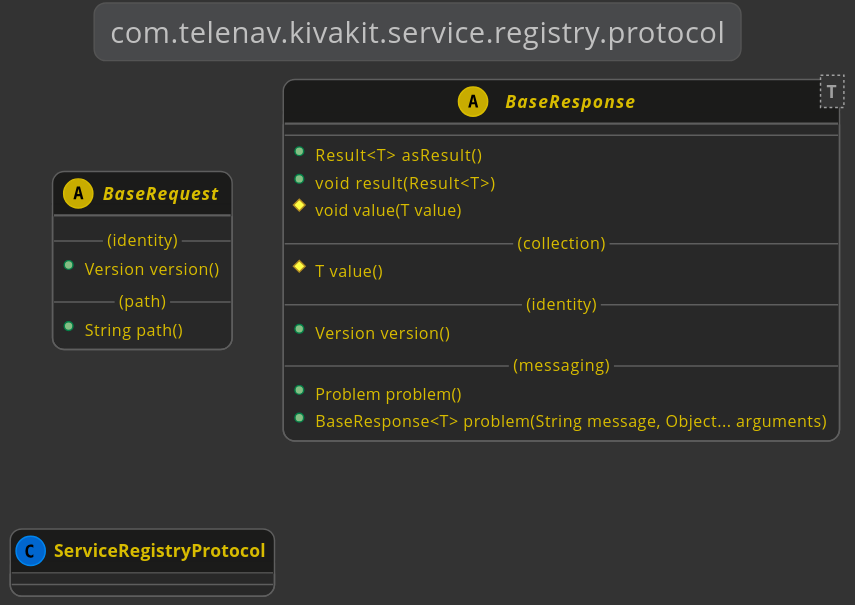
Before: kivakit-service/registry/documentation/diagrams/com.telenav.kivakit.service.registry.protocol.svg, a diagram exported from PlantUML (Telenav/kivakit).
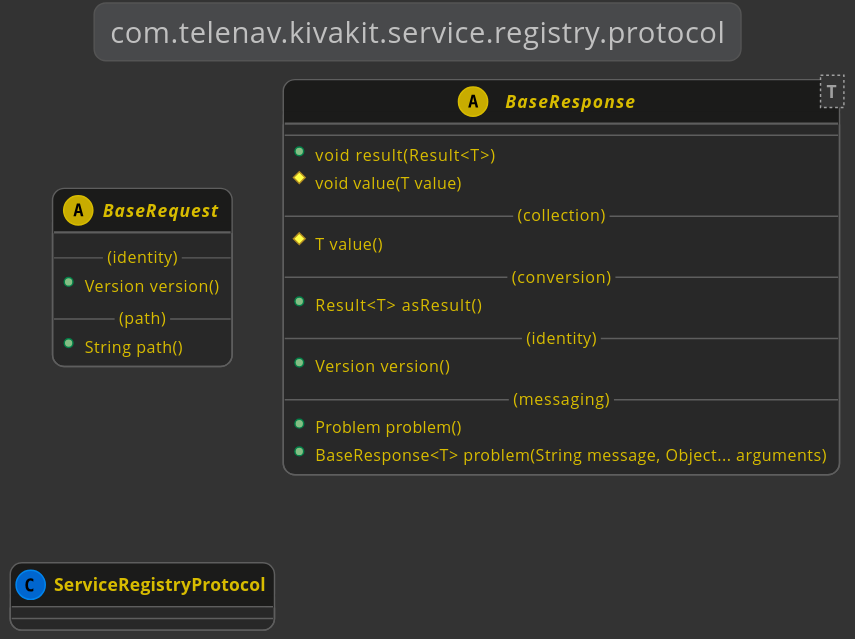
Later version of the same file.

What changed in the source:
```diff
@@ -15,11 +15,12 @@
     abstract class BaseResponse<T>
     {
         --
-        +Result<T> asResult()
         +void result(Result<T>)
         #void value(T value)
         --(collection)--
         #T value()
+        --(conversion)--
+        +Result<T> asResult()
         --(identity)--
         +Version version()
         --(messaging)--
```
